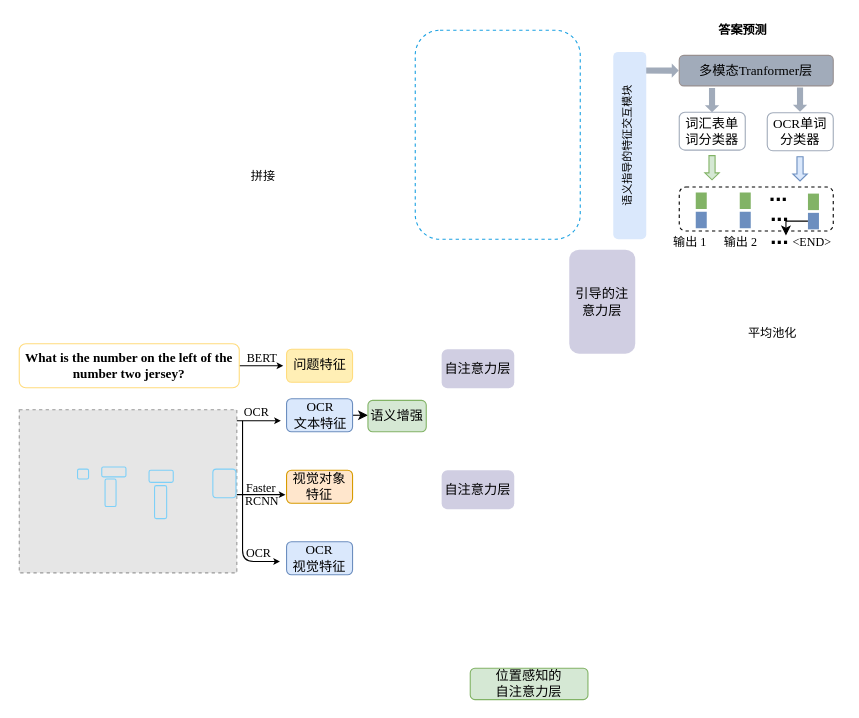
Earlier version of the draw.io diagram 模型框图中文版本.drawio (B-matchlsr/awesome-python-cn). Source tidied: cells renumbered, new cells numbered last; positions are measured from the earlier drawing's top-left corner, leaving out a move shared by most shapes. Both pictures are drawn from the tidied source at 110%, with x=0, y=0 at pixel (19, 19). Pictures stored in the file or linked from it are replaced by grey dashed boxes.
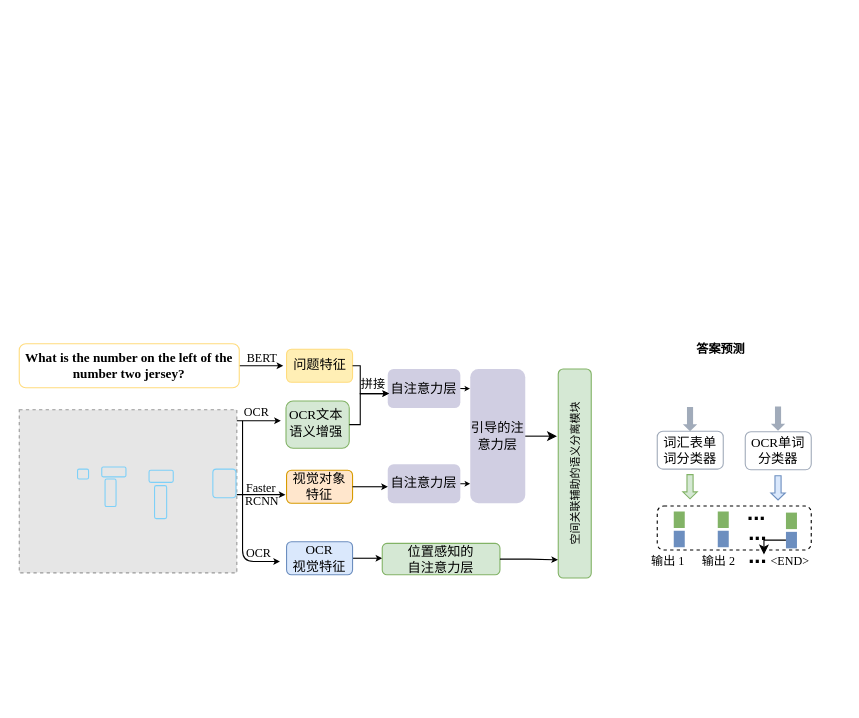
Above is the later version.

Commit message (it also covers changes not shown here):
更新模型框图中文版本.drawio

Unchanged cells that the change refers to:
```xml
<mxCell id="35" style="rounded=1;whiteSpace=wrap;html=1;fillColor=#ffe6cc;strokeColor=#d79b00;fillStyle=auto;" parent="1" vertex="1">
  <mxGeometry x="243" y="410" width="60" height="30" as="geometry" />
</mxCell>
<mxCell id="38" style="whiteSpace=wrap;html=1;fillColor=#ffefb5;strokeColor=#ffdc7e;rounded=1;" parent="1" vertex="1">
  <mxGeometry x="243" y="300" width="60" height="30" as="geometry" />
</mxCell>
<mxCell id="44" style="rounded=1;whiteSpace=wrap;html=1;fillColor=#dae8fc;strokeColor=#6c8ebf;fillStyle=auto;" parent="1" vertex="1">
  <mxGeometry x="243" y="475" width="60" height="30" as="geometry" />
</mxCell>
```

What changed in the source:
```diff
@@
     <mxCell id="2" style="group;" parent="1" vertex="1">
-      <mxGeometry x="540" y="10" width="206" height="206.5" as="geometry" />
+      <mxGeometry x="520" y="300" width="206" height="206.5" as="geometry" />
     </mxCell>
@@
-    <mxCell id="4" style="shape=flexArrow;endArrow=classic;html=1;rounded=1;fontFamily=Helvetica;fontSize=12;fontColor=default;endSize=1.7666666666666666;endWidth=6.512345679012345;width=5.555555555555555;startSize=5;fillColor=#a1abba;strokeColor=none;entryX=0;entryY=0.5;entryDx=0;entryDy=0;" parent="2" edge="1" target="5">
-      <mxGeometry relative="1" as="geometry">
-        <mxPoint x="19.8" y="36.6" as="sourcePoint" />
-      </mxGeometry>
-    </mxCell>
-    <mxCell id="5" value="&lt;font face=&quot;Times New Roman&quot;&gt;多模态Tranformer层&lt;/font&gt;" style="rounded=1;whiteSpace=wrap;html=1;strokeColor=#989090;fontFamily=Helvetica;fontSize=12;fontColor=default;fillColor=#A1ABBA;align=center;" parent="2" vertex="1">
-      <mxGeometry x="60" y="22.8" width="140" height="27.8" as="geometry" />
-    </mxCell>
-    <mxCell id="6" style="rounded=1;whiteSpace=wrap;html=1;strokeColor=none;fontFamily=Helvetica;fontSize=12;fillColor=#dae8fc;" parent="2" vertex="1">
-      <mxGeometry y="19.7" width="30" height="170.3" as="geometry" />
-    </mxCell>
-    <mxCell id="7" value="&lt;font size=&quot;1&quot; style=&quot;&quot; face=&quot;Times New Roman&quot;&gt;语义指导的特征交互模块&lt;/font&gt;" style="text;html=1;strokeColor=none;fillColor=none;align=center;verticalAlign=middle;whiteSpace=wrap;rounded=1;rotation=270;" parent="2" vertex="1">
-      <mxGeometry x="-74.6" y="92.5" width="173.8" height="24.6" as="geometry" />
-    </mxCell>
@@
-    <mxCell id="30" style="rounded=1;whiteSpace=wrap;html=1;strokeColor=#1ba1e2;fontFamily=Helvetica;fontSize=12;fontColor=default;fillColor=none;dashed=1;" parent="1" vertex="1">
-      <mxGeometry x="360" y="10" width="150" height="190" as="geometry" />
-    </mxCell>
-    <mxCell id="31" style="edgeStyle=orthogonalEdgeStyle;rounded=1;orthogonalLoop=1;jettySize=auto;html=1;exitX=0.5;exitY=1;exitDx=0;exitDy=0;" parent="1" edge="1" source="30" target="30">
-      <mxGeometry relative="1" as="geometry" />
+    <mxCell id="31" style="edgeStyle=orthogonalEdgeStyle;rounded=1;orthogonalLoop=1;jettySize=auto;html=1;exitX=0.5;exitY=1;exitDx=0;exitDy=0;" parent="2" edge="1">
+      <mxGeometry relative="1" as="geometry">
+        <mxPoint x="128" y="204.5" as="sourcePoint" />
+        <mxPoint x="128" y="204.5" as="targetPoint" />
+      </mxGeometry>
     </mxCell>
-    <mxCell id="32" style="edgeStyle=orthogonalEdgeStyle;rounded=1;orthogonalLoop=1;jettySize=auto;html=1;exitX=0.5;exitY=1;exitDx=0;exitDy=0;" parent="1" edge="1" source="30" target="30">
-      <mxGeometry relative="1" as="geometry" />
+    <mxCell id="32" style="edgeStyle=orthogonalEdgeStyle;rounded=1;orthogonalLoop=1;jettySize=auto;html=1;exitX=0.5;exitY=1;exitDx=0;exitDy=0;" parent="2" edge="1">
+      <mxGeometry relative="1" as="geometry">
+        <mxPoint x="128" y="204.5" as="sourcePoint" />
+        <mxPoint x="128" y="204.5" as="targetPoint" />
+      </mxGeometry>
     </mxCell>
-    <mxCell id="33" value="&lt;font face=&quot;Times New Roman&quot;&gt;自注意力层&lt;/font&gt;" style="rounded=1;whiteSpace=wrap;html=1;strokeColor=none;fontFamily=Helvetica;fontSize=12;fillColor=#d0cee2;align=center;" parent="1" vertex="1">
-      <mxGeometry x="384" y="410" width="66" height="35.5" as="geometry" />
-    </mxCell>
@@
-    <mxCell id="42" style="edgeStyle=orthogonalEdgeStyle;rounded=0;jettySize=auto;html=1;exitX=1;exitY=0.5;exitDx=0;exitDy=0;entryX=0;entryY=0.5;entryDx=0;entryDy=0;" parent="1" edge="1" source="43" target="66">
-      <mxGeometry relative="1" as="geometry" />
-    </mxCell>
-    <mxCell id="43" value="&lt;p&gt;&lt;br&gt;&lt;/p&gt;" style="rounded=1;whiteSpace=wrap;html=1;fillColor=#dae8fc;strokeColor=#6c8ebf;fillStyle=auto;" parent="1" vertex="1">
-      <mxGeometry x="243" y="345" width="60" height="30" as="geometry" />
+    <mxCell id="43" value="&lt;p&gt;&lt;br&gt;&lt;/p&gt;" style="rounded=1;whiteSpace=wrap;html=1;fillColor=#d5e8d4;strokeColor=#82b366;fillStyle=auto;" parent="1" vertex="1">
+      <mxGeometry x="242.5" y="347" width="57.5" height="43" as="geometry" />
     </mxCell>
+    <mxCell id="67" style="edgeStyle=orthogonalEdgeStyle;rounded=0;jettySize=auto;html=1;exitX=1;exitY=0.5;exitDx=0;exitDy=0;entryX=0;entryY=0.5;entryDx=0;entryDy=0;endSize=3;" parent="1" edge="1" source="44" target="65">
+      <mxGeometry relative="1" as="geometry" />
+    </mxCell>
@@
-    <mxCell id="45" value="&lt;font face=&quot;Times New Roman&quot;&gt;自注意力层&lt;/font&gt;" style="rounded=1;whiteSpace=wrap;html=1;strokeColor=none;fontFamily=Helvetica;fontSize=12;fillColor=#d0cee2;align=center;" parent="1" vertex="1">
-      <mxGeometry x="384" y="300" width="66" height="35.5" as="geometry" />
-    </mxCell>
@@
-    <mxCell id="47" value="&lt;font style=&quot;font-weight: normal;&quot; face=&quot;Times New Roman&quot;&gt;OCR&lt;/font&gt;&lt;div&gt;&lt;font style=&quot;font-weight: normal;&quot; face=&quot;Times New Roman&quot;&gt;文本特征&lt;/font&gt;&lt;/div&gt;" style="text;html=1;strokeColor=none;fillColor=none;align=center;verticalAlign=middle;whiteSpace=wrap;rounded=1;fontStyle=1;" parent="1" vertex="1">
-      <mxGeometry x="248" y="350" width="52" height="20" as="geometry" />
+    <mxCell id="47" value="&lt;font style=&quot;font-weight: normal;&quot; face=&quot;Times New Roman&quot;&gt;OCR&lt;/font&gt;&lt;span style=&quot;font-weight: normal; font-family: &amp;quot;Times New Roman&amp;quot;; background-color: initial;&quot;&gt;文本&lt;/span&gt;&lt;div&gt;&lt;span style=&quot;font-weight: normal; font-family: &amp;quot;Times New Roman&amp;quot;; background-color: initial;&quot;&gt;语义增强&lt;/span&gt;&lt;/div&gt;" style="text;html=1;strokeColor=none;fillColor=none;align=center;verticalAlign=middle;whiteSpace=wrap;rounded=1;fontStyle=1;arcSize=0;" parent="1" vertex="1">
+      <mxGeometry x="236.7" y="347" width="66.3" height="40" as="geometry" />
     </mxCell>
@@
-    <mxCell id="62" value="&lt;font face=&quot;Times New Roman&quot;&gt;&lt;span style=&quot;font-size: 11px;&quot;&gt;平均池化&lt;/span&gt;&lt;/font&gt;" style="text;html=1;strokeColor=none;fillColor=none;align=center;verticalAlign=middle;whiteSpace=wrap;rounded=1;" parent="1" vertex="1">
-      <mxGeometry x="650" y="275" width="70" height="20" as="geometry" />
-    </mxCell>
     <mxCell id="63" value="&lt;font face=&quot;Times New Roman&quot;&gt;&lt;span style=&quot;font-size: 11px;&quot;&gt;拼接&lt;/span&gt;&lt;/font&gt;" style="text;html=1;strokeColor=none;fillColor=none;align=center;verticalAlign=middle;whiteSpace=wrap;rounded=1;" parent="1" vertex="1">
-      <mxGeometry x="206" y="140" width="32" height="6.5" as="geometry" />
+      <mxGeometry x="306" y="328.5" width="32" height="6.5" as="geometry" />
     </mxCell>
+    <mxCell id="65" value="&lt;font face=&quot;Times New Roman&quot;&gt;位置感知的&lt;/font&gt;&lt;div&gt;&lt;font face=&quot;Times New Roman&quot;&gt;自注意力层&lt;/font&gt;&lt;/div&gt;" style="rounded=1;whiteSpace=wrap;html=1;strokeColor=#82b366;fontFamily=Helvetica;fontSize=12;fillColor=#d5e8d4;align=center;" parent="1" vertex="1">
+      <mxGeometry x="330" y="476.5" width="107" height="28.5" as="geometry" />
+    </mxCell>
+    <mxCell id="68" value="&lt;font face=&quot;Times New Roman&quot;&gt;自注意力层&lt;/font&gt;" style="rounded=1;whiteSpace=wrap;html=1;strokeColor=none;fontFamily=Helvetica;fontSize=12;fillColor=#d0cee2;align=center;" parent="1" vertex="1">
+      <mxGeometry x="335" y="318" width="66" height="35.5" as="geometry" />
+    </mxCell>
     <mxCell id="64" value="&lt;font face=&quot;Times New Roman&quot;&gt;引导的注意力层&lt;/font&gt;" style="rounded=1;whiteSpace=wrap;html=1;strokeColor=none;fontFamily=Helvetica;fontSize=12;fillColor=#d0cee2;align=center;" parent="1" vertex="1">
-      <mxGeometry x="500" y="209.5" width="60" height="94.5" as="geometry" />
+      <mxGeometry x="410" y="318" width="50" height="122" as="geometry" />
     </mxCell>
-    <mxCell id="65" value="&lt;font face=&quot;Times New Roman&quot;&gt;位置感知的&lt;/font&gt;&lt;div&gt;&lt;font face=&quot;Times New Roman&quot;&gt;自注意力层&lt;/font&gt;&lt;/div&gt;" style="rounded=1;whiteSpace=wrap;html=1;strokeColor=#82b366;fontFamily=Helvetica;fontSize=12;fillColor=#d5e8d4;align=center;" parent="1" vertex="1">
-      <mxGeometry x="410" y="590" width="107" height="28.5" as="geometry" />
-    </mxCell>
-    <mxCell id="66" value="&lt;font face=&quot;Times New Roman&quot;&gt;语义增强&lt;/font&gt;" style="rounded=1;whiteSpace=wrap;html=1;strokeColor=#82b366;fontFamily=Helvetica;fontSize=12;fillColor=#d5e8d4;align=center;" parent="1" vertex="1">
-      <mxGeometry x="317" y="346.5" width="53" height="28.5" as="geometry" />
-    </mxCell>
+    <mxCell id="69" value="&lt;font face=&quot;Times New Roman&quot;&gt;自注意力层&lt;/font&gt;" style="rounded=1;whiteSpace=wrap;html=1;strokeColor=none;fontFamily=Helvetica;fontSize=12;fillColor=#d0cee2;align=center;" parent="1" vertex="1">
+      <mxGeometry x="335" y="404.5" width="66" height="35.5" as="geometry" />
+    </mxCell>
+    <mxCell id="70" style="edgeStyle=orthogonalEdgeStyle;rounded=0;jettySize=auto;html=1;entryX=0.015;entryY=0.629;entryDx=0;entryDy=0;entryPerimeter=0;endSize=3;" parent="1" edge="1" source="43" target="68">
+      <mxGeometry relative="1" as="geometry">
+        <Array as="points">
+          <mxPoint x="310" y="369" />
+          <mxPoint x="310" y="340" />
+        </Array>
+      </mxGeometry>
+    </mxCell>
+    <mxCell id="71" style="edgeStyle=orthogonalEdgeStyle;rounded=0;jettySize=auto;html=1;entryX=0.02;entryY=0.629;entryDx=0;entryDy=0;entryPerimeter=0;endSize=3;" parent="1" edge="1" source="38" target="68">
+      <mxGeometry relative="1" as="geometry">
+        <Array as="points">
+          <mxPoint x="310" y="315" />
+          <mxPoint x="310" y="340" />
+        </Array>
+      </mxGeometry>
+    </mxCell>
+    <mxCell id="72" style="edgeStyle=orthogonalEdgeStyle;rounded=0;jettySize=auto;html=1;exitX=1;exitY=0.5;exitDx=0;exitDy=0;entryX=0.002;entryY=0.58;entryDx=0;entryDy=0;entryPerimeter=0;endSize=3;" parent="1" edge="1" source="35" target="69">
+      <mxGeometry relative="1" as="geometry" />
+    </mxCell>
+    <mxCell id="73" style="edgeStyle=orthogonalEdgeStyle;rounded=0;jettySize=auto;html=1;exitX=1;exitY=0.5;exitDx=0;exitDy=0;entryX=-0.003;entryY=0.146;entryDx=0;entryDy=0;entryPerimeter=0;endSize=2;" parent="1" edge="1" source="68" target="64">
+      <mxGeometry relative="1" as="geometry" />
+    </mxCell>
+    <mxCell id="74" style="edgeStyle=orthogonalEdgeStyle;rounded=0;jettySize=auto;html=1;exitX=1;exitY=0.5;exitDx=0;exitDy=0;entryX=-0.003;entryY=0.851;entryDx=0;entryDy=0;entryPerimeter=0;endSize=2;" parent="1" edge="1" source="69" target="64">
+      <mxGeometry relative="1" as="geometry" />
+    </mxCell>
+    <mxCell id="6" style="rounded=1;whiteSpace=wrap;html=1;strokeColor=#82b366;fontFamily=Helvetica;fontSize=12;fillColor=#d5e8d4;" parent="1" vertex="1">
+      <mxGeometry x="490" y="318" width="30" height="190" as="geometry" />
+    </mxCell>
+    <mxCell id="7" value="&lt;font size=&quot;1&quot; face=&quot;Times New Roman&quot;&gt;空间关联辅助的语义分离模块&lt;/font&gt;" style="text;html=1;strokeColor=none;fillColor=none;align=center;verticalAlign=middle;whiteSpace=wrap;rounded=1;rotation=270;" parent="1" vertex="1">
+      <mxGeometry x="418.1" y="400.7" width="173.8" height="24.6" as="geometry" />
+    </mxCell>
+    <mxCell id="75" style="edgeStyle=orthogonalEdgeStyle;rounded=0;jettySize=auto;html=1;exitX=1;exitY=0.5;exitDx=0;exitDy=0;entryX=-0.039;entryY=0.32;entryDx=0;entryDy=0;entryPerimeter=0;" parent="1" edge="1" source="64" target="6">
+      <mxGeometry relative="1" as="geometry" />
+    </mxCell>
+    <mxCell id="76" style="edgeStyle=orthogonalEdgeStyle;rounded=0;jettySize=auto;html=1;exitX=1;exitY=0.5;exitDx=0;exitDy=0;entryX=-0.008;entryY=0.913;entryDx=0;entryDy=0;entryPerimeter=0;endSize=3;" parent="1" edge="1" source="65" target="6">
+      <mxGeometry relative="1" as="geometry" />
+    </mxCell>
```
